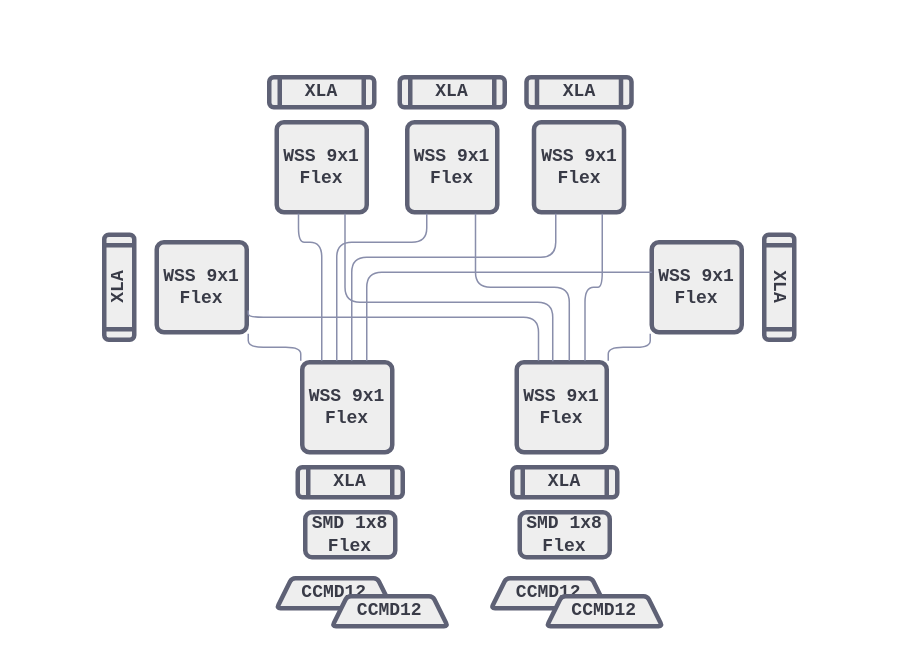
The draw.io diagram Schematics/ROADM 6500-S 5D.drawio in FSio/Ciena, before the edit. Source tidied: cells renumbered, new cells numbered last; positions are measured from the earlier drawing's top-left corner, leaving out a move shared by most shapes. Both pictures are drawn from the tidied source at 150%, with x=0, y=0 at pixel (66, 76).
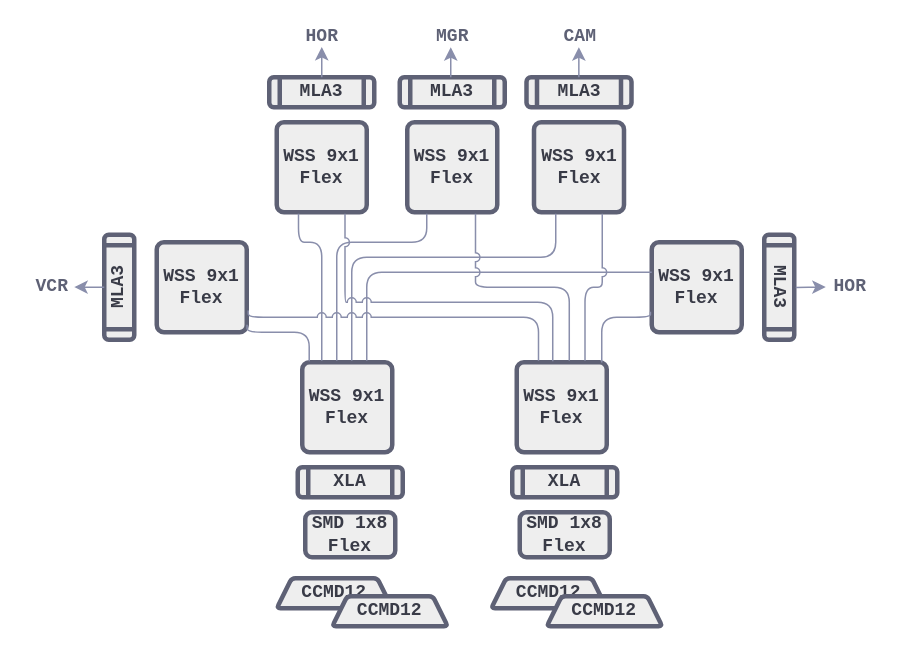
Above is the later version.

The change refers to these unchanged cells:
```xml
<mxCell id="2" value="WSS 9x1 Flex" style="whiteSpace=wrap;html=1;fontFamily=Consolas;fontStyle=1;fillColor=#eeeeee;strokeWidth=3;strokeColor=#5E6175;perimeterSpacing=1;rounded=1;sketch=0;shadow=0;glass=0;arcSize=8;fontColor=#393B47;" parent="1" vertex="1">
  <mxGeometry x="157" y="190" width="60" height="60" as="geometry" />
</mxCell>
<mxCell id="7" value="WSS 9x1 Flex" style="whiteSpace=wrap;html=1;fontFamily=Consolas;fontStyle=1;fillColor=#eeeeee;strokeWidth=3;strokeColor=#5E6175;perimeterSpacing=1;rounded=1;sketch=0;shadow=0;glass=0;arcSize=8;fontColor=#393B47;" parent="1" vertex="1">
  <mxGeometry x="300" y="190" width="60" height="60" as="geometry" />
</mxCell>
<mxCell id="12" value="WSS 9x1 Flex" style="whiteSpace=wrap;html=1;fontFamily=Consolas;fontStyle=1;fillColor=#eeeeee;strokeWidth=3;strokeColor=#5E6175;perimeterSpacing=1;rounded=1;sketch=0;shadow=0;glass=0;arcSize=8;fontColor=#393B47;" parent="1" vertex="1">
  <mxGeometry x="60" y="110" width="60" height="60" as="geometry" />
</mxCell>
<mxCell id="13" value="WSS 9x1 Flex" style="whiteSpace=wrap;html=1;fontFamily=Consolas;fontStyle=1;fillColor=#eeeeee;strokeWidth=3;strokeColor=#5E6175;perimeterSpacing=1;rounded=1;sketch=0;shadow=0;glass=0;arcSize=8;fontColor=#393B47;" parent="1" vertex="1">
  <mxGeometry x="390" y="110" width="60" height="60" as="geometry" />
</mxCell>
<mxCell id="14" value="WSS 9x1 Flex" style="whiteSpace=wrap;html=1;fontFamily=Consolas;fontStyle=1;fillColor=#eeeeee;strokeWidth=3;strokeColor=#5E6175;perimeterSpacing=1;rounded=1;sketch=0;shadow=0;glass=0;arcSize=8;fontColor=#393B47;" parent="1" vertex="1">
  <mxGeometry x="140" y="30" width="60" height="60" as="geometry" />
</mxCell>
<mxCell id="15" value="WSS 9x1 Flex" style="whiteSpace=wrap;html=1;fontFamily=Consolas;fontStyle=1;fillColor=#eeeeee;strokeWidth=3;strokeColor=#5E6175;perimeterSpacing=1;rounded=1;sketch=0;shadow=0;glass=0;arcSize=8;fontColor=#393B47;" parent="1" vertex="1">
  <mxGeometry x="227" y="30" width="60" height="60" as="geometry" />
</mxCell>
<mxCell id="16" value="WSS 9x1 Flex" style="whiteSpace=wrap;html=1;fontFamily=Consolas;fontStyle=1;fillColor=#eeeeee;strokeWidth=3;strokeColor=#5E6175;perimeterSpacing=1;rounded=1;sketch=0;shadow=0;glass=0;arcSize=8;fontColor=#393B47;" parent="1" vertex="1">
  <mxGeometry x="311.5" y="30" width="60" height="60" as="geometry" />
</mxCell>
```

Change to the diagram source:
```diff
@@
-    <mxCell id="17" style="edgeStyle=elbowEdgeStyle;elbow=vertical;endArrow=none;html=1;fontFamily=Consolas;fontColor=#393B47;exitX=0;exitY=0;exitDx=0;exitDy=0;entryX=1;entryY=1;entryDx=0;entryDy=0;endFill=0;strokeColor=#898EAB;" parent="1" edge="1" source="2" target="12">
-      <mxGeometry relative="1" as="geometry" />
+    <mxCell id="17" style="edgeStyle=elbowEdgeStyle;elbow=vertical;endArrow=none;html=1;fontFamily=Consolas;fontColor=#393B47;exitX=0.091;exitY=0.005;exitDx=0;exitDy=0;entryX=0.987;entryY=0.903;entryDx=0;entryDy=0;endFill=0;strokeColor=#898EAB;exitPerimeter=0;entryPerimeter=0;" parent="1" edge="1" source="2" target="12">
+      <mxGeometry relative="1" as="geometry">
+        <Array as="points">
+          <mxPoint x="140" y="170" />
+        </Array>
+      </mxGeometry>
     </mxCell>
@@
-    <mxCell id="22" style="edgeStyle=elbowEdgeStyle;elbow=vertical;endArrow=none;html=1;fontFamily=Consolas;fontColor=#393B47;endFill=0;entryX=0;entryY=1;entryDx=0;entryDy=0;exitX=1;exitY=0;exitDx=0;exitDy=0;strokeColor=#898EAB;" parent="1" edge="1" source="7" target="13">
+    <mxCell id="22" style="edgeStyle=elbowEdgeStyle;elbow=vertical;endArrow=none;html=1;fontFamily=Consolas;fontColor=#393B47;endFill=0;entryX=0.002;entryY=0.764;entryDx=0;entryDy=0;exitX=0.93;exitY=0.018;exitDx=0;exitDy=0;strokeColor=#898EAB;exitPerimeter=0;entryPerimeter=0;" parent="1" edge="1" source="7" target="13">
       <mxGeometry relative="1" as="geometry">
         <Array as="points">
-          <mxPoint x="361" y="180" />
+          <mxPoint x="380" y="160" />
         </Array>
       </mxGeometry>
     </mxCell>
-    <mxCell id="23" style="edgeStyle=elbowEdgeStyle;elbow=vertical;endArrow=none;html=1;fontFamily=Consolas;fontColor=#393B47;endFill=0;entryX=0.75;entryY=1;entryDx=0;entryDy=0;exitX=0.75;exitY=0;exitDx=0;exitDy=0;strokeColor=#898EAB;" parent="1" edge="1" source="7" target="16">
+    <mxCell id="23" style="edgeStyle=elbowEdgeStyle;elbow=vertical;endArrow=none;html=1;fontFamily=Consolas;fontColor=#393B47;endFill=0;entryX=0.75;entryY=1;entryDx=0;entryDy=0;exitX=0.75;exitY=0;exitDx=0;exitDy=0;strokeColor=#898EAB;jumpStyle=arc;" parent="1" edge="1" source="7" target="16">
       <mxGeometry relative="1" as="geometry" />
     </mxCell>
-    <mxCell id="24" style="edgeStyle=elbowEdgeStyle;elbow=vertical;endArrow=none;html=1;fontFamily=Consolas;fontColor=#393B47;endFill=0;entryX=0.75;entryY=1;entryDx=0;entryDy=0;exitX=0.581;exitY=0;exitDx=0;exitDy=0;exitPerimeter=0;strokeColor=#898EAB;" parent="1" edge="1" source="7" target="15">
+    <mxCell id="24" style="edgeStyle=elbowEdgeStyle;elbow=vertical;endArrow=none;html=1;fontFamily=Consolas;fontColor=#393B47;endFill=0;entryX=0.75;entryY=1;entryDx=0;entryDy=0;exitX=0.581;exitY=0;exitDx=0;exitDy=0;exitPerimeter=0;strokeColor=#898EAB;jumpStyle=arc;" parent="1" edge="1" source="7" target="15">
       <mxGeometry relative="1" as="geometry" />
     </mxCell>
-    <mxCell id="25" style="edgeStyle=elbowEdgeStyle;elbow=vertical;endArrow=none;html=1;fontFamily=Consolas;fontColor=#393B47;endFill=0;exitX=0.403;exitY=0.005;exitDx=0;exitDy=0;entryX=0.75;entryY=1;entryDx=0;entryDy=0;exitPerimeter=0;strokeColor=#898EAB;" parent="1" edge="1" source="7" target="14">
+    <mxCell id="25" style="edgeStyle=elbowEdgeStyle;elbow=vertical;endArrow=none;html=1;fontFamily=Consolas;fontColor=#393B47;endFill=0;exitX=0.403;exitY=0.005;exitDx=0;exitDy=0;entryX=0.75;entryY=1;entryDx=0;entryDy=0;exitPerimeter=0;strokeColor=#898EAB;jumpStyle=arc;" parent="1" edge="1" source="7" target="14">
       <mxGeometry relative="1" as="geometry">
         <Array as="points">
           <mxPoint x="250" y="150" />
         </Array>
       </mxGeometry>
     </mxCell>
-    <mxCell id="26" style="edgeStyle=elbowEdgeStyle;elbow=vertical;endArrow=none;html=1;fontFamily=Consolas;fontColor=#393B47;endFill=0;exitX=0.25;exitY=0;exitDx=0;exitDy=0;entryX=1;entryY=0.75;entryDx=0;entryDy=0;strokeColor=#898EAB;" parent="1" edge="1" source="7" target="12">
+    <mxCell id="26" style="edgeStyle=elbowEdgeStyle;elbow=vertical;endArrow=none;html=1;fontFamily=Consolas;fontColor=#393B47;endFill=0;exitX=0.25;exitY=0;exitDx=0;exitDy=0;entryX=1;entryY=0.75;entryDx=0;entryDy=0;strokeColor=#898EAB;jumpStyle=arc;" parent="1" edge="1" source="7" target="12">
       <mxGeometry relative="1" as="geometry">
         <Array as="points">
           <mxPoint x="250" y="160" />
         </Array>
       </mxGeometry>
     </mxCell>
-    <mxCell id="27" value="XLA" style="shape=process;whiteSpace=wrap;html=1;backgroundOutline=1;rounded=1;shadow=0;glass=0;sketch=0;strokeColor=#5E6175;strokeWidth=3;fillColor=#eeeeee;fontFamily=Consolas;fontStyle=1;fontColor=#393B47;" parent="1" vertex="1">
+    <mxCell id="27" value="MLA3" style="shape=process;whiteSpace=wrap;html=1;backgroundOutline=1;rounded=1;shadow=0;glass=0;sketch=0;strokeColor=#5E6175;strokeWidth=3;fillColor=#eeeeee;fontFamily=Consolas;fontStyle=1;fontColor=#393B47;" parent="1" vertex="1">
       <mxGeometry x="135" width="70" height="20" as="geometry" />
     </mxCell>
-    <mxCell id="28" value="XLA" style="shape=process;whiteSpace=wrap;html=1;backgroundOutline=1;rounded=1;shadow=0;glass=0;sketch=0;strokeColor=#5E6175;strokeWidth=3;fillColor=#eeeeee;fontFamily=Consolas;fontStyle=1;fontColor=#393B47;" parent="1" vertex="1">
+    <mxCell id="28" value="MLA3" style="shape=process;whiteSpace=wrap;html=1;backgroundOutline=1;rounded=1;shadow=0;glass=0;sketch=0;strokeColor=#5E6175;strokeWidth=3;fillColor=#eeeeee;fontFamily=Consolas;fontStyle=1;fontColor=#393B47;" parent="1" vertex="1">
       <mxGeometry x="222" width="70" height="20" as="geometry" />
     </mxCell>
-    <mxCell id="29" value="XLA" style="shape=process;whiteSpace=wrap;html=1;backgroundOutline=1;rounded=1;shadow=0;glass=0;sketch=0;strokeColor=#5E6175;strokeWidth=3;fillColor=#eeeeee;fontFamily=Consolas;fontStyle=1;fontColor=#393B47;" parent="1" vertex="1">
+    <mxCell id="29" value="MLA3" style="shape=process;whiteSpace=wrap;html=1;backgroundOutline=1;rounded=1;shadow=0;glass=0;sketch=0;strokeColor=#5E6175;strokeWidth=3;fillColor=#eeeeee;fontFamily=Consolas;fontStyle=1;fontColor=#393B47;" parent="1" vertex="1">
       <mxGeometry x="306.5" width="70" height="20" as="geometry" />
     </mxCell>
-    <mxCell id="30" value="XLA" style="shape=process;whiteSpace=wrap;html=1;backgroundOutline=1;rounded=1;shadow=0;glass=0;sketch=0;strokeColor=#5E6175;strokeWidth=3;fillColor=#eeeeee;fontFamily=Consolas;fontStyle=1;fontColor=#393B47;rotation=90;" parent="1" vertex="1">
+    <mxCell id="30" value="MLA3" style="shape=process;whiteSpace=wrap;html=1;backgroundOutline=1;rounded=1;shadow=0;glass=0;sketch=0;strokeColor=#5E6175;strokeWidth=3;fillColor=#eeeeee;fontFamily=Consolas;fontStyle=1;fontColor=#393B47;rotation=90;" parent="1" vertex="1">
       <mxGeometry x="440" y="130" width="70" height="20" as="geometry" />
     </mxCell>
-    <mxCell id="31" value="XLA" style="shape=process;whiteSpace=wrap;html=1;backgroundOutline=1;rounded=1;shadow=0;glass=0;sketch=0;strokeColor=#5E6175;strokeWidth=3;fillColor=#eeeeee;fontFamily=Consolas;fontStyle=1;fontColor=#393B47;rotation=-90;" parent="1" vertex="1">
+    <mxCell id="31" value="MLA3" style="shape=process;whiteSpace=wrap;html=1;backgroundOutline=1;rounded=1;shadow=0;glass=0;sketch=0;strokeColor=#5E6175;strokeWidth=3;fillColor=#eeeeee;fontFamily=Consolas;fontStyle=1;fontColor=#393B47;rotation=-90;" parent="1" vertex="1">
       <mxGeometry y="130" width="70" height="20" as="geometry" />
     </mxCell>
+    <mxCell id="32" value="CAM" style="text;strokeColor=none;fillColor=none;html=1;fontSize=12;fontStyle=1;verticalAlign=middle;align=center;fontFamily=Consolas;fontColor=#5E6175;" parent="1" vertex="1">
+      <mxGeometry x="324.8" y="-32" width="33.5" height="10" as="geometry" />
+    </mxCell>
+    <mxCell id="33" style="endArrow=classic;html=1;exitX=0.506;exitY=0.012;exitDx=0;exitDy=0;shadow=0;sketch=0;spacing=0;labelBorderColor=none;exitPerimeter=0;strokeColor=#898EAB;" parent="1" edge="1">
+      <mxGeometry relative="1" as="geometry">
+        <mxPoint x="256" as="sourcePoint" />
+        <mxPoint x="256" y="-20" as="targetPoint" />
+      </mxGeometry>
+    </mxCell>
+    <mxCell id="34" value="MGR" style="text;strokeColor=none;fillColor=none;html=1;fontSize=12;fontStyle=1;verticalAlign=middle;align=center;fontFamily=Consolas;fontColor=#5E6175;" parent="1" vertex="1">
+      <mxGeometry x="240" y="-32" width="33.5" height="10" as="geometry" />
+    </mxCell>
+    <mxCell id="35" style="endArrow=classic;html=1;exitX=0.506;exitY=0.012;exitDx=0;exitDy=0;shadow=0;sketch=0;spacing=0;labelBorderColor=none;exitPerimeter=0;strokeColor=#898EAB;" parent="1" edge="1">
+      <mxGeometry relative="1" as="geometry">
+        <mxPoint x="170" as="sourcePoint" />
+        <mxPoint x="170" y="-20" as="targetPoint" />
+        <Array as="points">
+          <mxPoint x="170" y="-20.2" />
+        </Array>
+      </mxGeometry>
+    </mxCell>
+    <mxCell id="36" value="HOR" style="text;strokeColor=none;fillColor=none;html=1;fontSize=12;fontStyle=1;verticalAlign=middle;align=center;fontFamily=Consolas;fontColor=#5E6175;" parent="1" vertex="1">
+      <mxGeometry x="153.2" y="-32" width="33.5" height="10" as="geometry" />
+    </mxCell>
+    <mxCell id="37" style="endArrow=classic;html=1;shadow=0;sketch=0;spacing=0;labelBorderColor=none;strokeColor=#898EAB;jumpStyle=none;targetPerimeterSpacing=0;" parent="1" edge="1">
+      <mxGeometry relative="1" as="geometry">
+        <mxPoint x="486" y="140.1" as="sourcePoint" />
+        <mxPoint x="506" y="139.9" as="targetPoint" />
+        <Array as="points">
+          <mxPoint x="502.8" y="139.9" />
+        </Array>
+      </mxGeometry>
+    </mxCell>
+    <mxCell id="38" value="HOR" style="text;strokeColor=none;fillColor=none;html=1;fontSize=12;fontStyle=1;verticalAlign=middle;align=center;fontFamily=Consolas;fontColor=#5E6175;" parent="1" vertex="1">
+      <mxGeometry x="505" y="135" width="33.5" height="10" as="geometry" />
+    </mxCell>
+    <mxCell id="39" style="endArrow=classic;html=1;shadow=0;sketch=0;spacing=0;labelBorderColor=none;strokeColor=#898EAB;jumpStyle=none;targetPerimeterSpacing=0;" parent="1" edge="1">
+      <mxGeometry relative="1" as="geometry">
+        <mxPoint x="25" y="140" as="sourcePoint" />
+        <mxPoint x="5" y="139.9" as="targetPoint" />
+      </mxGeometry>
+    </mxCell>
+    <mxCell id="40" value="VCR" style="text;strokeColor=none;fillColor=none;html=1;fontSize=12;fontStyle=1;verticalAlign=middle;align=center;fontFamily=Consolas;fontColor=#5E6175;" parent="1" vertex="1">
+      <mxGeometry x="-27" y="135" width="33.5" height="10" as="geometry" />
+    </mxCell>
+    <mxCell id="41" style="endArrow=classic;html=1;exitX=0.506;exitY=0.012;exitDx=0;exitDy=0;shadow=0;sketch=0;spacing=0;labelBorderColor=none;exitPerimeter=0;strokeColor=#898EAB;" parent="1" edge="1">
+      <mxGeometry relative="1" as="geometry">
+        <mxPoint x="341.4" as="sourcePoint" />
+        <mxPoint x="341.4" y="-20" as="targetPoint" />
+      </mxGeometry>
+    </mxCell>
```
